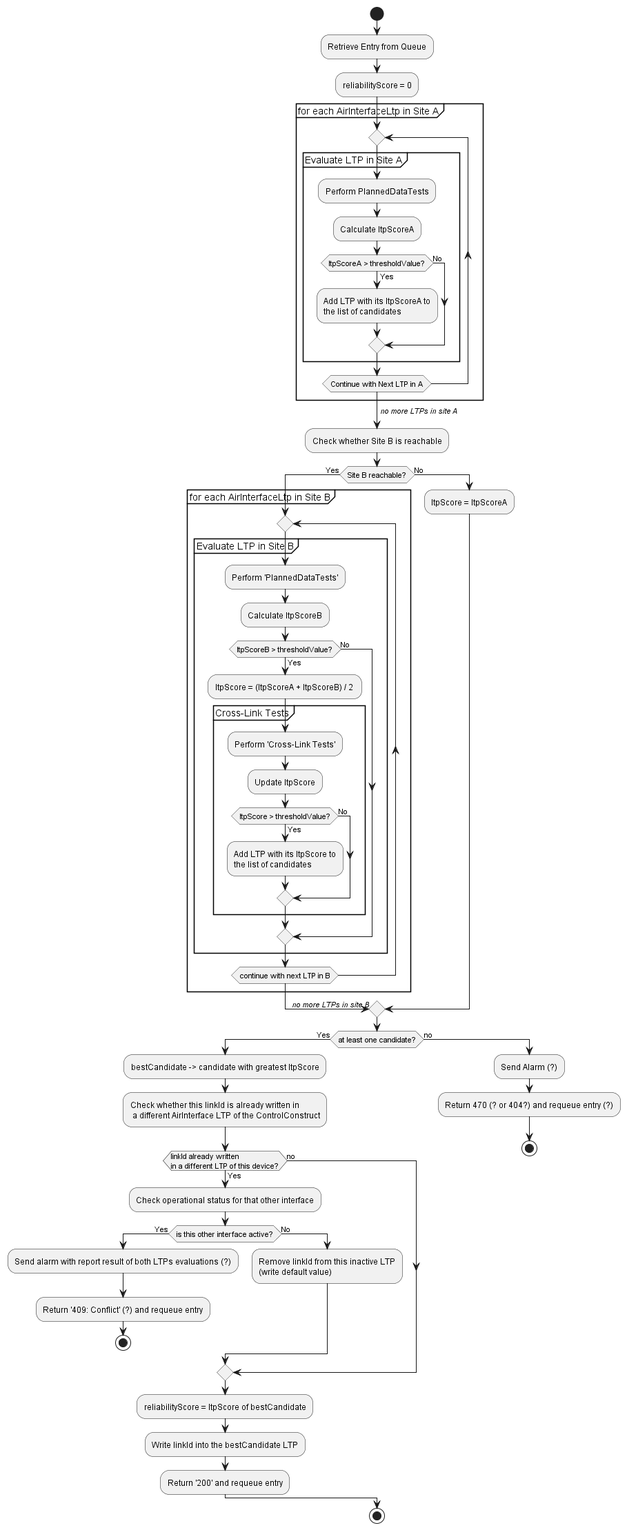
This is spec/rawMaterials/Processing of HQ entries.png from openBackhaul/LinkIdIntoLtpWriter, a PlantUML export, as it was before one commit.
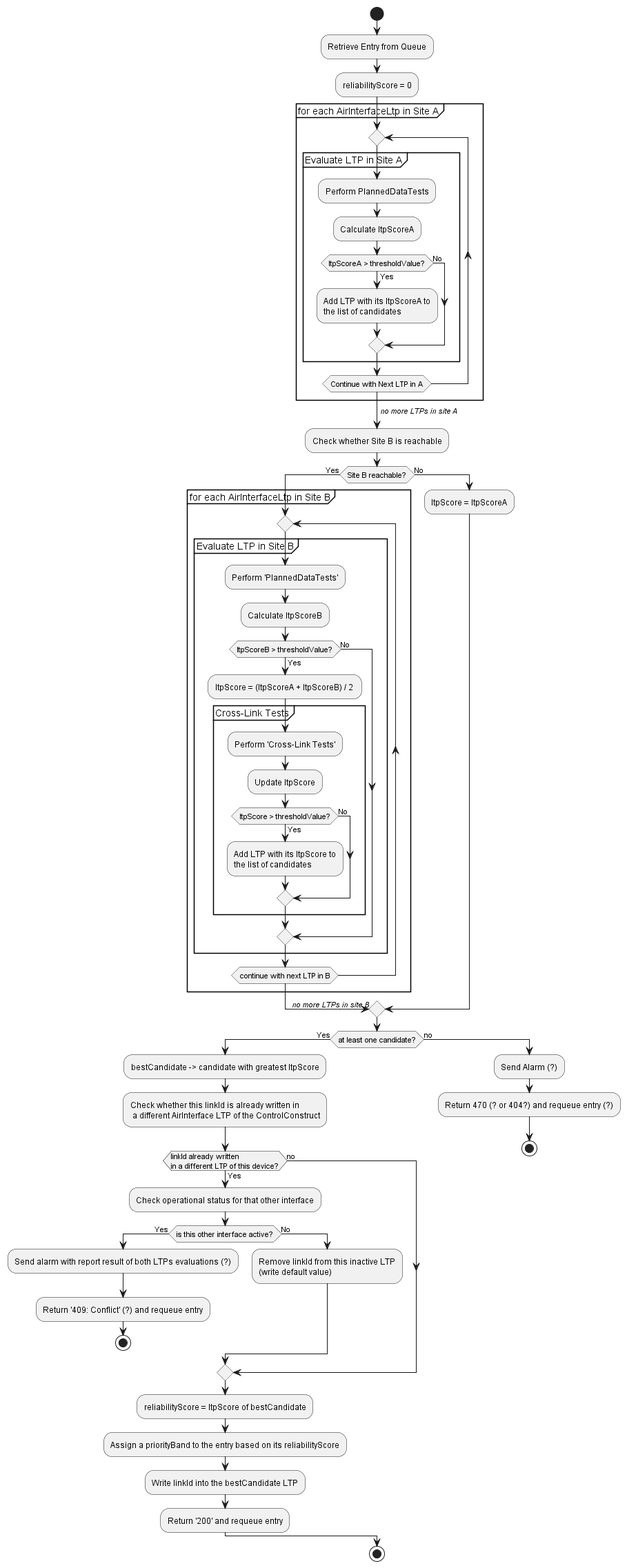
After the commit.

Commit message:
Add priority band assignment to HQ entry processing chart

The edit, as a diff of the source:
```diff
@@ -86,6 +86,7 @@
      else(no)
     endif
     :reliabilityScore = ltpScore of bestCandidate;
+    :Assign a priorityBand to the entry based on its reliabilityScore;
     :Write linkId into the bestCandidate LTP;
     :Return '200' and requeue entry;
 
```
